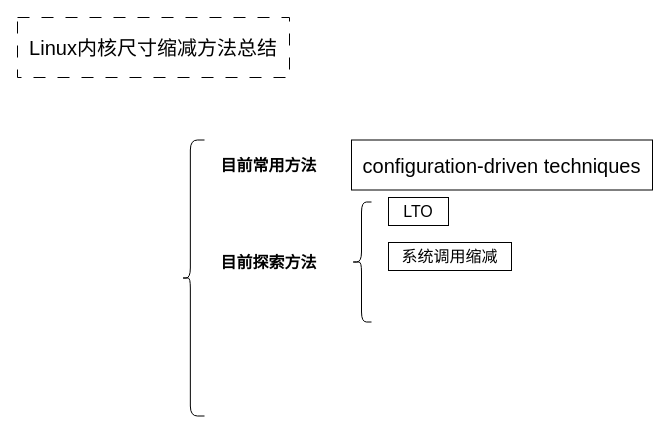
This is Linux内核尺寸缩减方法总结.drawio from plotusim/home-, a draw.io file, before an edit. Source tidied: cells renumbered, new cells numbered last; positions are measured from the earlier drawing's top-left corner, leaving out a move shared by most shapes. Both pictures are drawn from the tidied source at 100%, with x=0, y=0 at pixel (17, 17).
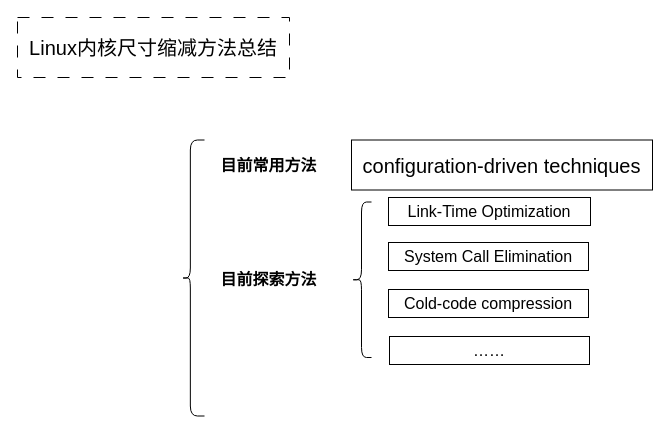
The same diagram, later.

Commit message (it also covers changes not shown here):
更新Linux内核尺寸缩减方法总结.drawio

What changed in the source:
```diff
@@
 <mxGraphModel>
   <root>
     <mxCell id="0" />
     <mxCell id="1" parent="0" />
     <mxCell id="2" value="&lt;font style=&quot;font-size: 20px;&quot;&gt;Linux内核尺寸缩减方法总结&lt;/font&gt;" style="rounded=0;whiteSpace=wrap;html=1;fontSize=16;dashed=1;dashPattern=12 12;" parent="1" vertex="1">
       <mxGeometry width="272" height="60" as="geometry" />
     </mxCell>
     <mxCell id="3" style="shape=curlyBracket;whiteSpace=wrap;html=1;rounded=1;labelPosition=left;verticalLabelPosition=middle;align=right;verticalAlign=middle;fontSize=16;size=0.38499984741210935;" parent="1" vertex="1">
       <mxGeometry x="164" y="122.5" width="23" height="276" as="geometry" />
     </mxCell>
     <mxCell id="4" value="&lt;b&gt;目前常用方法&lt;/b&gt;" style="rounded=0;whiteSpace=wrap;html=1;fontSize=16;strokeColor=none;" parent="1" vertex="1">
       <mxGeometry x="193" y="128" width="117" height="39" as="geometry" />
     </mxCell>
     <mxCell id="5" value="&lt;font style=&quot;font-size: 20px;&quot;&gt;configuration-driven techniques&lt;/font&gt;" style="rounded=0;whiteSpace=wrap;html=1;fontSize=16;" parent="1" vertex="1">
       <mxGeometry x="334" y="122.5" width="301" height="50" as="geometry" />
     </mxCell>
     <mxCell id="6" value="&lt;b&gt;目前探索方法&lt;/b&gt;" style="rounded=0;whiteSpace=wrap;html=1;fontSize=16;strokeColor=none;" parent="1" vertex="1">
-      <mxGeometry x="193" y="225" width="117" height="39" as="geometry" />
+      <mxGeometry x="193" y="242.8" width="117" height="39" as="geometry" />
     </mxCell>
     <mxCell id="7" style="shape=curlyBracket;whiteSpace=wrap;html=1;rounded=1;labelPosition=left;verticalLabelPosition=middle;align=right;verticalAlign=middle;fontSize=16;" parent="1" vertex="1">
-      <mxGeometry x="334" y="184.5" width="20" height="120" as="geometry" />
+      <mxGeometry x="334" y="184.5" width="20" height="155.5" as="geometry" />
     </mxCell>
-    <mxCell id="8" value="LTO" style="rounded=0;whiteSpace=wrap;html=1;fontSize=16;" parent="1" vertex="1">
-      <mxGeometry x="371" y="180" width="60" height="28" as="geometry" />
+    <mxCell id="8" value="&lt;div&gt;Link-Time Optimization&lt;/div&gt;" style="rounded=0;whiteSpace=wrap;html=1;fontSize=16;" parent="1" vertex="1">
+      <mxGeometry x="371" y="180" width="202" height="28" as="geometry" />
     </mxCell>
-    <mxCell id="9" value="系统调用缩减" style="rounded=0;whiteSpace=wrap;html=1;fontSize=16;" parent="1" vertex="1">
-      <mxGeometry x="371" y="225" width="123" height="28" as="geometry" />
+    <mxCell id="9" value="&lt;div&gt;System Call Elimination&lt;/div&gt;" style="rounded=0;whiteSpace=wrap;html=1;fontSize=16;" parent="1" vertex="1">
+      <mxGeometry x="371" y="225" width="200" height="28" as="geometry" />
     </mxCell>
+    <mxCell id="10" value="&lt;div&gt;Cold-code compression&lt;/div&gt;" style="rounded=0;whiteSpace=wrap;html=1;fontSize=16;" parent="1" vertex="1">
+      <mxGeometry x="371" y="272" width="200" height="28" as="geometry" />
+    </mxCell>
+    <mxCell id="11" value="……" style="rounded=0;whiteSpace=wrap;html=1;fontSize=16;" parent="1" vertex="1">
+      <mxGeometry x="372" y="319" width="200" height="28" as="geometry" />
+    </mxCell>
   </root>
 </mxGraphModel>
```
